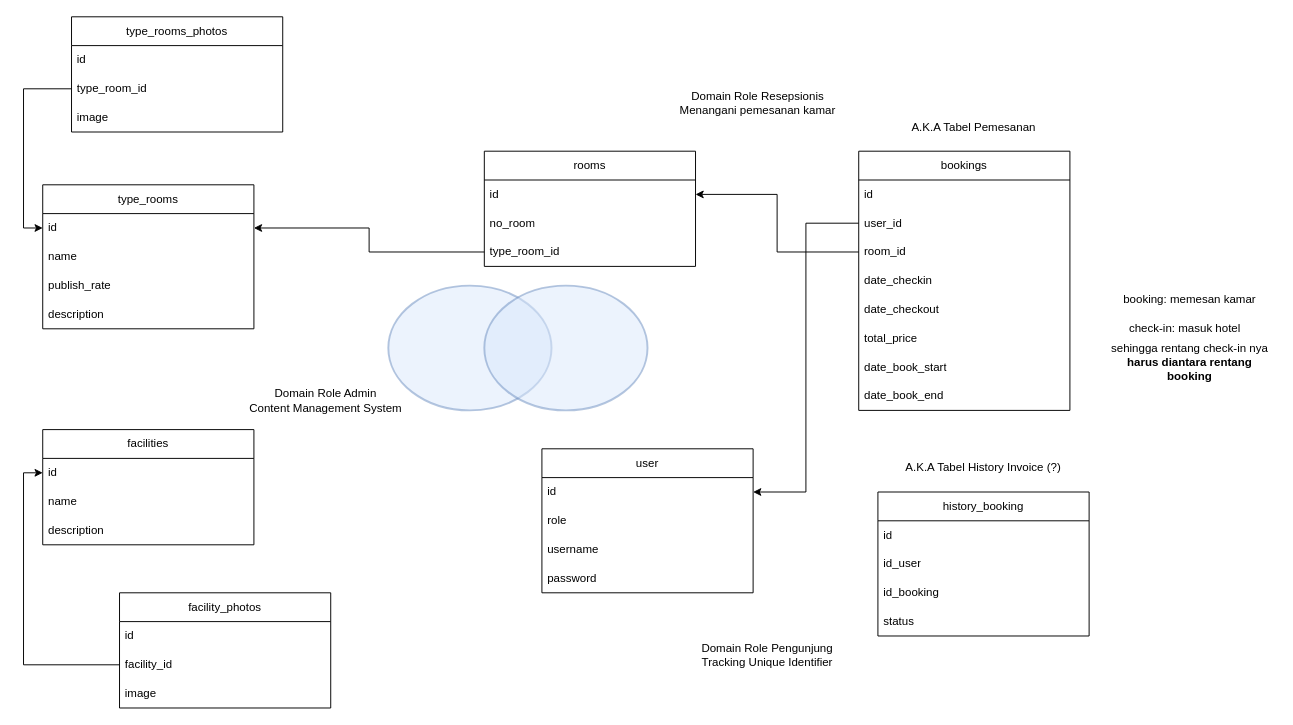
Before: ERD.drawio in ahmadxgani/oishi_hotel, a draw.io diagram. Source tidied: cells renumbered, new cells numbered last; positions are measured from the earlier drawing's top-left corner, leaving out a move shared by most shapes. Both pictures are drawn from the tidied source at 96%, with x=0, y=0 at pixel (42, 16).
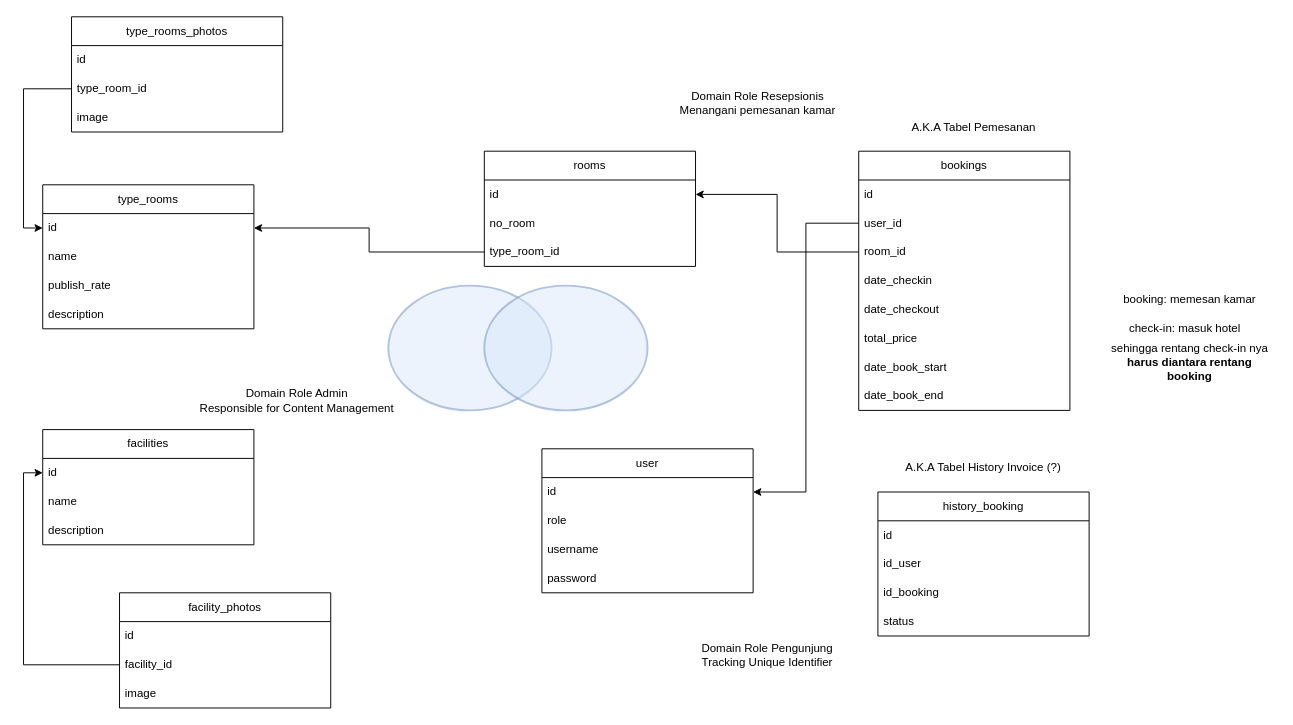
The same page after the edit.

Commit message (it also covers changes not shown here):
update diagram and note

The edit, as a diff of the source:
```diff
@@
-    <mxCell id="33" value="Domain Role Admin&lt;br&gt;Content Management System" style="text;html=1;strokeColor=none;fillColor=none;align=center;verticalAlign=middle;whiteSpace=wrap;rounded=0;" parent="1" vertex="1">
-      <mxGeometry x="210" y="380" width="170" height="40" as="geometry" />
+    <mxCell id="33" value="Domain Role Admin&lt;br&gt;Responsible for Content Management" style="text;html=1;strokeColor=none;fillColor=none;align=center;verticalAlign=middle;whiteSpace=wrap;rounded=0;" parent="1" vertex="1">
+      <mxGeometry x="150" y="380" width="230" height="40" as="geometry" />
     </mxCell>
```
